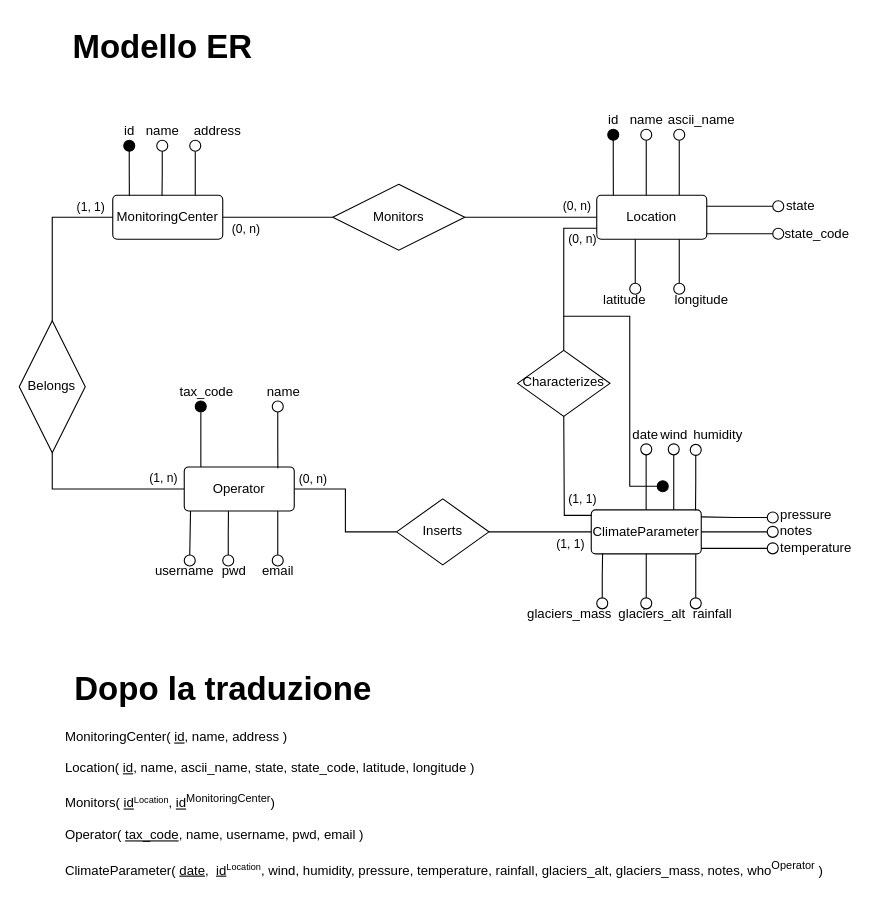
lu-maca/ClimateMonitoringServer keeps this draw.io diagram as docs/db_project.drawio. Above is the earlier version. Source tidied: cells renumbered, new cells numbered last; positions are measured from the earlier drawing's top-left corner, leaving out a move shared by most shapes. Both pictures are drawn from the tidied source at 110%, with x=0, y=0 at pixel (-14, 19).
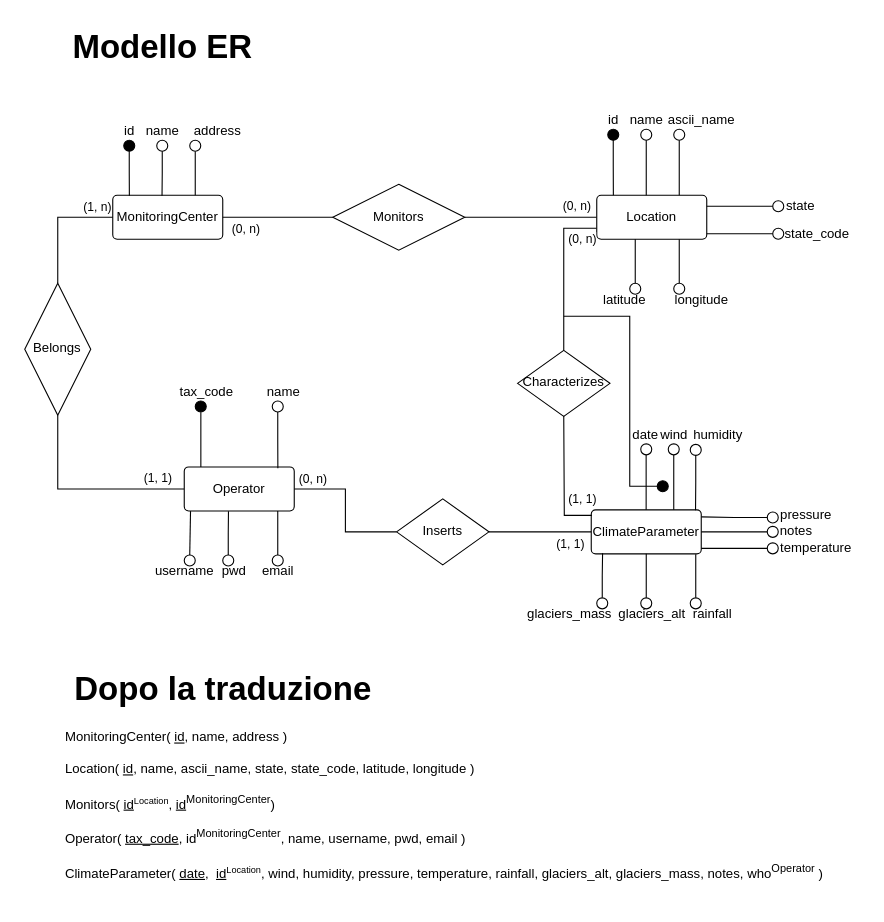
The same page after the edit.

The change refers to these unchanged cells:
```xml
<mxCell id="40" style="edgeStyle=orthogonalEdgeStyle;rounded=0;jettySize=auto;html=1;exitX=0;exitY=0.5;exitDx=0;exitDy=0;entryX=0;entryY=0.5;entryDx=0;entryDy=0;endArrow=none;endFill=0;" parent="1" edge="1" source="42" target="60">
  <mxGeometry relative="1" as="geometry" />
</mxCell>
<mxCell id="58" style="edgeStyle=orthogonalEdgeStyle;rounded=0;jettySize=auto;html=1;exitX=1;exitY=0.5;exitDx=0;exitDy=0;entryX=0;entryY=0.5;entryDx=0;entryDy=0;endArrow=none;endFill=0;" parent="1" edge="1" source="60" target="2">
  <mxGeometry relative="1" as="geometry" />
</mxCell>
```

Change to the diagram source:
```diff
@@
-    <mxCell id="41" value="(1, n)" style="edgeLabel;html=1;align=center;verticalAlign=middle;" parent="40" vertex="1">
+    <mxCell id="41" value="(1, 1)" style="edgeLabel;html=1;align=center;verticalAlign=middle;" parent="40" vertex="1">
       <mxGeometry x="-0.68" y="-2" relative="1" as="geometry">
         <mxPoint x="4" y="-9" as="offset" />
       </mxGeometry>
     </mxCell>
@@
-    <mxCell id="59" value="(1, 1)" style="edgeLabel;html=1;align=center;verticalAlign=middle;" parent="58" vertex="1">
+    <mxCell id="59" value="(1, n)" style="edgeLabel;html=1;align=center;verticalAlign=middle;" parent="58" vertex="1">
       <mxGeometry x="0.72" relative="1" as="geometry">
         <mxPoint y="-10" as="offset" />
       </mxGeometry>
     </mxCell>
     <mxCell id="60" value="Belongs" style="shape=rhombus;perimeter=rhombusPerimeter;whiteSpace=wrap;html=1;align=center;rotation=-90;textDirection=vertical-rl;" parent="1" vertex="1">
-      <mxGeometry y="304" width="120" height="60" as="geometry" />
+      <mxGeometry x="5" y="270" width="120" height="60" as="geometry" />
     </mxCell>
@@
-    <mxCell id="102" value="MonitoringCenter( &lt;u&gt;id&lt;/u&gt;, name, address )&lt;div&gt;&lt;br&gt;&lt;div&gt;Location( &lt;u&gt;id&lt;/u&gt;, name, ascii_name, state, state_code, latitude, longitude )&lt;/div&gt;&lt;div&gt;&lt;br&gt;&lt;/div&gt;&lt;div&gt;Monitors( &lt;u&gt;id&lt;/u&gt;&lt;span style=&quot;font-size: 10px;&quot;&gt;&lt;sup&gt;Location&lt;/sup&gt;&lt;/span&gt;, &lt;u&gt;id&lt;/u&gt;&lt;sup&gt;MonitoringCenter&lt;/sup&gt;)&lt;/div&gt;&lt;div&gt;&lt;br&gt;&lt;/div&gt;&lt;div&gt;&lt;span style=&quot;background-color: initial;&quot;&gt;Operator( &lt;/span&gt;&lt;u style=&quot;background-color: initial;&quot;&gt;tax_code&lt;/u&gt;&lt;span style=&quot;background-color: initial;&quot;&gt;, name, username, pwd, email )&lt;/span&gt;&lt;br&gt;&lt;/div&gt;&lt;div&gt;&lt;span style=&quot;background-color: initial;&quot;&gt;&lt;br&gt;&lt;/span&gt;&lt;/div&gt;&lt;div&gt;&lt;div&gt;ClimateParameter(&amp;nbsp;&lt;u&gt;date&lt;/u&gt;,&amp;nbsp;&lt;span style=&quot;background-color: initial;&quot;&gt;&amp;nbsp;&lt;/span&gt;&lt;u style=&quot;background-color: initial;&quot;&gt;id&lt;/u&gt;&lt;span style=&quot;background-color: initial; font-size: 10px;&quot;&gt;&lt;sup&gt;Location&lt;/sup&gt;&lt;/span&gt;&lt;span style=&quot;background-color: initial;&quot;&gt;, wind, humidity, pressure, temperature, rainfall, glaciers_alt, glaciers_mass, notes, who&lt;sup&gt;Operator&lt;/sup&gt;&amp;nbsp;)&lt;/span&gt;&lt;/div&gt;&lt;/div&gt;&lt;div&gt;&lt;span style=&quot;background-color: initial;&quot;&gt;&lt;br&gt;&lt;/span&gt;&lt;/div&gt;&lt;/div&gt;" style="text;html=1;align=left;verticalAlign=middle;strokeColor=none;fillColor=none;" parent="1" vertex="1">
-      <mxGeometry x="70" y="640" width="710" height="160" as="geometry" />
+    <mxCell id="102" value="MonitoringCenter( &lt;u&gt;id&lt;/u&gt;, name, address )&lt;div&gt;&lt;br&gt;&lt;div&gt;Location( &lt;u&gt;id&lt;/u&gt;, name, ascii_name, state, state_code, latitude, longitude )&lt;/div&gt;&lt;div&gt;&lt;br&gt;&lt;/div&gt;&lt;div&gt;Monitors( &lt;u&gt;id&lt;/u&gt;&lt;span style=&quot;font-size: 10px;&quot;&gt;&lt;sup&gt;Location&lt;/sup&gt;&lt;/span&gt;, &lt;u&gt;id&lt;/u&gt;&lt;sup&gt;MonitoringCenter&lt;/sup&gt;)&lt;/div&gt;&lt;div&gt;&lt;br&gt;&lt;/div&gt;&lt;div&gt;&lt;span style=&quot;background-color: initial;&quot;&gt;Operator( &lt;/span&gt;&lt;u style=&quot;background-color: initial;&quot;&gt;tax_code&lt;/u&gt;&lt;span style=&quot;background-color: initial;&quot;&gt;, id&lt;sup&gt;MonitoringCenter&lt;/sup&gt;, name, username, pwd, email )&lt;/span&gt;&lt;br&gt;&lt;/div&gt;&lt;div&gt;&lt;br&gt;&lt;/div&gt;&lt;div&gt;&lt;div&gt;ClimateParameter(&amp;nbsp;&lt;u&gt;date&lt;/u&gt;,&amp;nbsp;&lt;span style=&quot;background-color: initial;&quot;&gt;&amp;nbsp;&lt;/span&gt;&lt;u style=&quot;background-color: initial;&quot;&gt;id&lt;/u&gt;&lt;span style=&quot;background-color: initial; font-size: 10px;&quot;&gt;&lt;sup&gt;Location&lt;/sup&gt;&lt;/span&gt;&lt;span style=&quot;background-color: initial;&quot;&gt;, wind, humidity, pressure, temperature, rainfall, glaciers_alt, glaciers_mass, notes, who&lt;sup&gt;Operator&lt;/sup&gt;&amp;nbsp;)&lt;/span&gt;&lt;/div&gt;&lt;/div&gt;&lt;div&gt;&lt;span style=&quot;background-color: initial;&quot;&gt;&lt;br&gt;&lt;/span&gt;&lt;/div&gt;&lt;/div&gt;" style="text;html=1;align=left;verticalAlign=middle;strokeColor=none;fillColor=none;" parent="1" vertex="1">
+      <mxGeometry x="70" y="639" width="707" height="165" as="geometry" />
     </mxCell>
```
